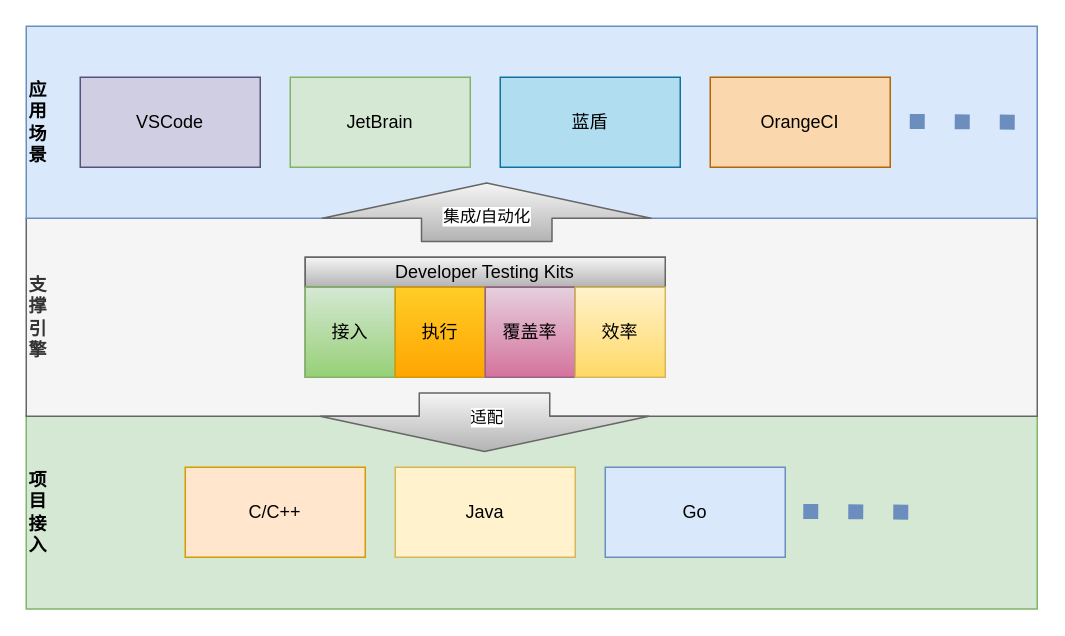
Above: TPTArch.drawio in MengJie/design (draw.io), before the change. Source tidied: cells renumbered, new cells numbered last; positions are measured from the earlier drawing's top-left corner, leaving out a move shared by most shapes. Both pictures are drawn from the tidied source at 150%, with x=0, y=0 at pixel (26, 26).
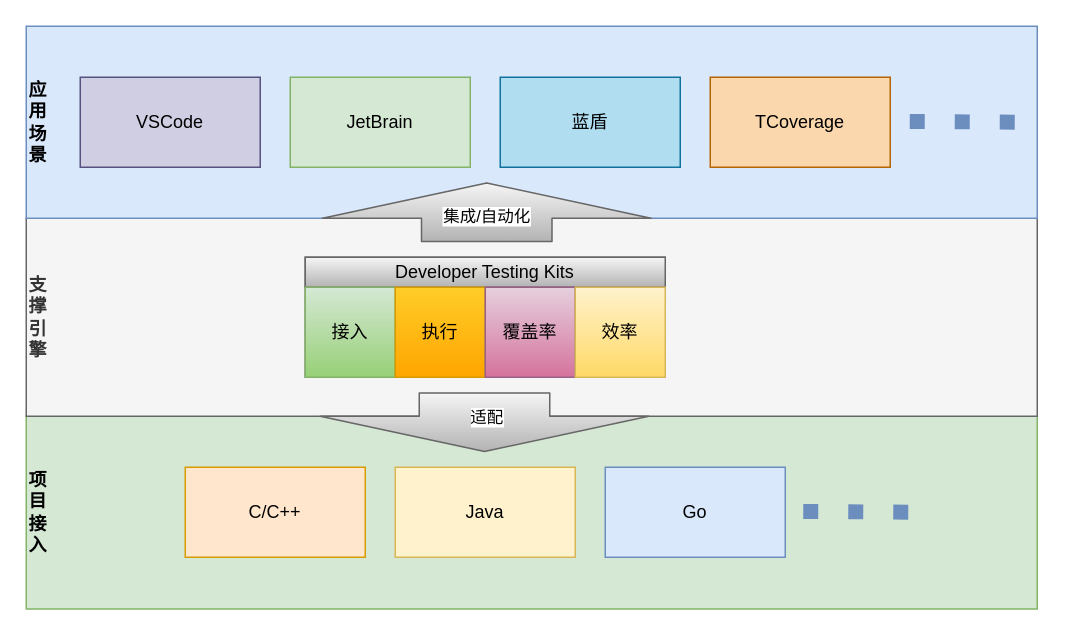
Above is the later version.

What changed in the source:
```diff
@@
-    <mxCell id="10" value="OrangeCI" style="rounded=0;whiteSpace=wrap;html=1;fillColor=#fad7ac;strokeColor=#b46504;" parent="1" vertex="1">
+    <mxCell id="10" value="TCoverage" style="rounded=0;whiteSpace=wrap;html=1;fillColor=#fad7ac;strokeColor=#b46504;" parent="1" vertex="1">
       <mxGeometry x="456" y="34" width="120" height="60" as="geometry" />
     </mxCell>
```
